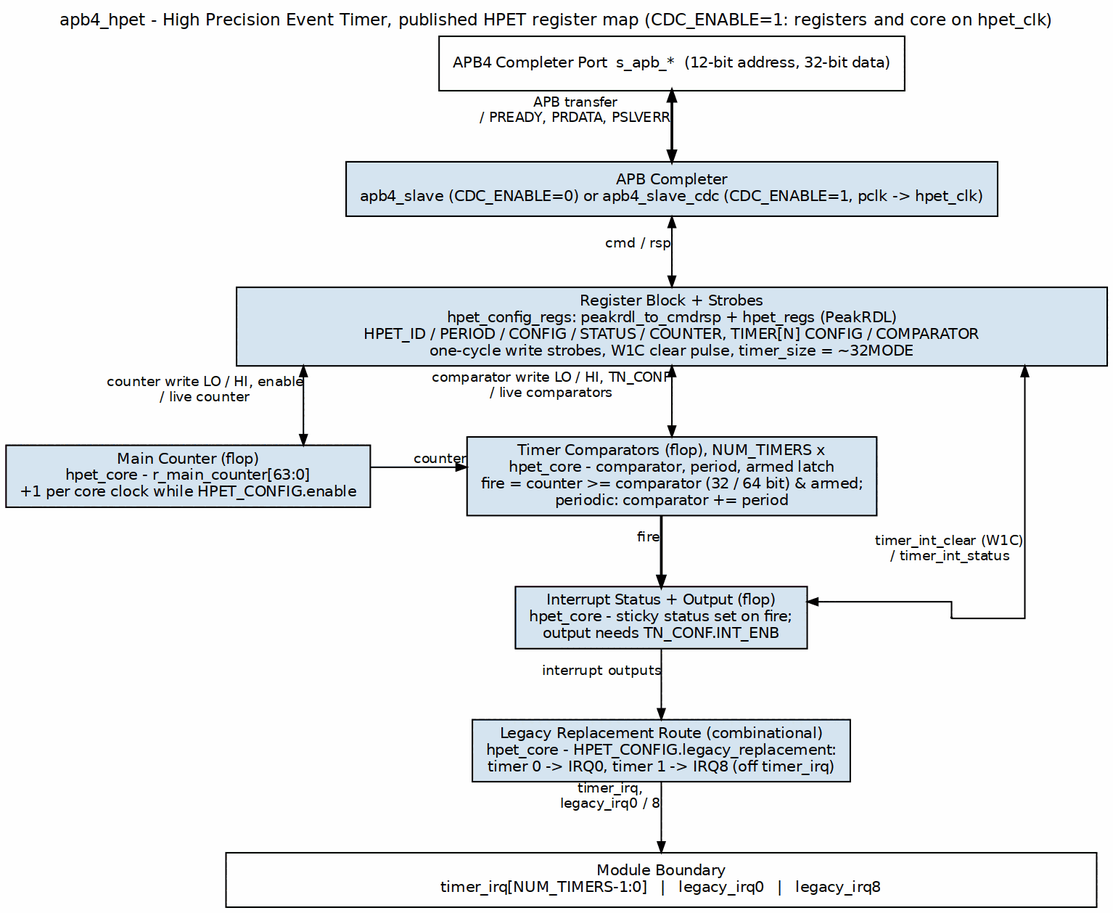
Above: projects/components/legacy-ip/retro_legacy_blocks/docs/hpet_mas/assets/graphviz/hpet_whole_unit.png in sean-galloway/RTLDesignSherpa (Graphviz), before the change. Its source is kept beside it as projects/components/legacy-ip/retro_legacy_blocks/docs/hpet_mas/assets/graphviz/hpet_whole_unit.dot. The source it was exported from:
```dot
digraph hpet_whole_unit {
    graph [rankdir=TB, bgcolor="white", fontname="Helvetica", fontsize=11,
           nodesep="0.45", ranksep="0.65", splines=ortho, newrank=true,
           label="apb4_hpet - High Precision Event Timer, published HPET register map (CDC_ENABLE=1: registers and core on hpet_clk)",
           labelloc=t, labeljust=c];
    node  [fontname="Helvetica", fontsize=10, shape=box, style=filled,
           fillcolor="#D6E4F0", color="black", margin="0.12,0.06"];
    edge  [fontname="Helvetica", fontsize=9, color="black", arrowsize=0.7];

    apb  [group=C, label="APB4 Completer Port  s_apb_*  (12-bit address, 32-bit data)", fillcolor="white"];
    slv  [group=C, label="APB Completer\napb4_slave (CDC_ENABLE=0) or apb4_slave_cdc (CDC_ENABLE=1, pclk -> hpet_clk)"];
    cfg  [group=C, label="Register Block + Strobes\nhpet_config_regs: peakrdl_to_cmdrsp + hpet_regs (PeakRDL)\nHPET_ID / PERIOD / CONFIG / STATUS / COUNTER, TIMER[N] CONFIG / COMPARATOR\none-cycle write strobes, W1C clear pulse, timer_size = ~32MODE", width=8.0];

    cnt  [group=L2, label="Main Counter (flop)\nhpet_core - r_main_counter[63:0]\n+1 per core clock while HPET_CONFIG.enable"];
    tmr  [group=R, label="Timer Comparators (flop), NUM_TIMERS x\nhpet_core - comparator, period, armed latch\nfire = counter >= comparator (32 / 64 bit) & armed;\nperiodic: comparator += period"];
    irq  [group=C, label="Interrupt Status + Output (flop)\nhpet_core - sticky status set on fire;\noutput needs TN_CONF.INT_ENB"];
    leg  [group=C, label="Legacy Replacement Route (combinational)\nhpet_core - HPET_CONFIG.legacy_replacement:\ntimer 0 -> IRQ0, timer 1 -> IRQ8 (off timer_irq)"];

    bar  [group=C, label="Module Boundary\ntimer_irq[NUM_TIMERS-1:0]   |   legacy_irq0   |   legacy_irq8", fillcolor="white", width=8.0];

    apb -> slv [dir=both, penwidth=1.8, xlabel="APB transfer\n/ PREADY, PRDATA, PSLVERR"];
    slv -> cfg [dir=both, xlabel="cmd / rsp"];

    cfg -> cnt [dir=both, xlabel="counter write LO / HI, enable\n/ live counter"];
    cfg -> tmr [dir=both, xlabel="comparator write LO / HI, TN_CONF\n/ live comparators"];
    cnt -> tmr [xlabel="counter"];
    tmr -> irq [penwidth=1.8, xlabel="fire"];
    irq -> leg [xlabel="interrupt outputs"];
    leg -> bar [xlabel="timer_irq,\nlegacy_irq0 / 8"];

    p_st [shape=point, width=0.01, group=R2];
    cfg  -> p_st [dir=back, headclip=false, xlabel="timer_int_clear (W1C)\n/ timer_int_status"];
    p_st -> irq  [tailclip=false];

    { rank=same; cnt; tmr; }
    cnt -> tmr [style=invis, minlen=2];
    { rank=same; p_st; irq; }
    irq -> p_st [style=invis, minlen=3];
    tmr -> p_st [style=invis];
}
```
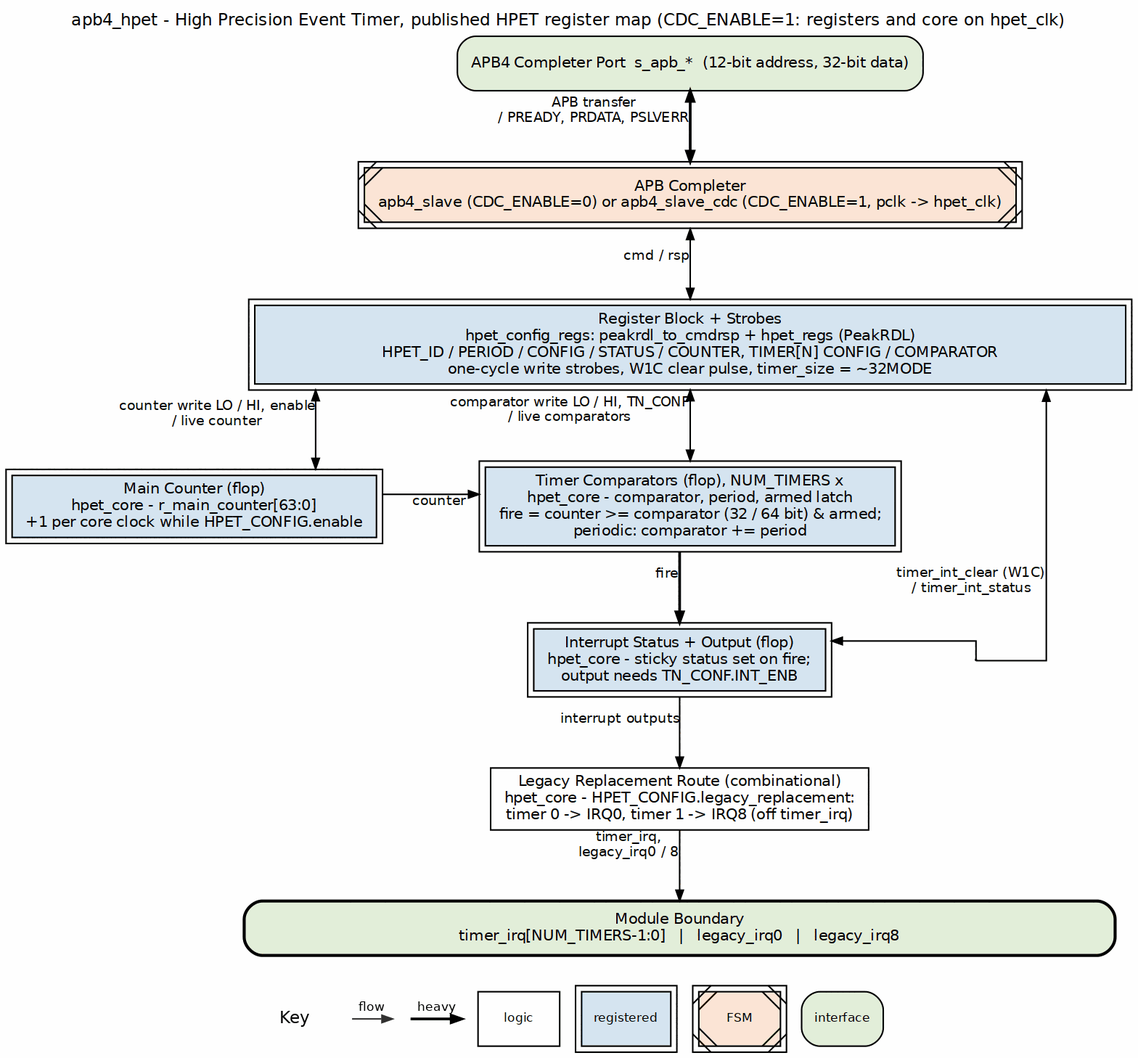
After the commit.

What changed in the source:
```diff
@@ -4,19 +4,19 @@
            label="apb4_hpet - High Precision Event Timer, published HPET register map (CDC_ENABLE=1: registers and core on hpet_clk)",
            labelloc=t, labeljust=c];
     node  [fontname="Helvetica", fontsize=10, shape=box, style=filled,
-           fillcolor="#D6E4F0", color="black", margin="0.12,0.06"];
+           fillcolor="white", color="black", margin="0.12,0.06"];
     edge  [fontname="Helvetica", fontsize=9, color="black", arrowsize=0.7];
 
-    apb  [group=C, label="APB4 Completer Port  s_apb_*  (12-bit address, 32-bit data)", fillcolor="white"];
-    slv  [group=C, label="APB Completer\napb4_slave (CDC_ENABLE=0) or apb4_slave_cdc (CDC_ENABLE=1, pclk -> hpet_clk)"];
-    cfg  [group=C, label="Register Block + Strobes\nhpet_config_regs: peakrdl_to_cmdrsp + hpet_regs (PeakRDL)\nHPET_ID / PERIOD / CONFIG / STATUS / COUNTER, TIMER[N] CONFIG / COMPARATOR\none-cycle write strobes, W1C clear pulse, timer_size = ~32MODE", width=8.0];
+    apb  [group=C, label="APB4 Completer Port  s_apb_*  (12-bit address, 32-bit data)", fillcolor="white", style="rounded,filled", fillcolor="#E2EFDA"];
+    slv  [group=C, label="APB Completer\napb4_slave (CDC_ENABLE=0) or apb4_slave_cdc (CDC_ENABLE=1, pclk -> hpet_clk)", peripheries=2, style="filled,diagonals", fillcolor="#FCE4D6"];
+    cfg  [group=C, label="Register Block + Strobes\nhpet_config_regs: peakrdl_to_cmdrsp + hpet_regs (PeakRDL)\nHPET_ID / PERIOD / CONFIG / STATUS / COUNTER, TIMER[N] CONFIG / COMPARATOR\none-cycle write strobes, W1C clear pulse, timer_size = ~32MODE", width=8.0, peripheries=2, style="filled", fillcolor="#D6E4F0"];
 
-    cnt  [group=L2, label="Main Counter (flop)\nhpet_core - r_main_counter[63:0]\n+1 per core clock while HPET_CONFIG.enable"];
-    tmr  [group=R, label="Timer Comparators (flop), NUM_TIMERS x\nhpet_core - comparator, period, armed latch\nfire = counter >= comparator (32 / 64 bit) & armed;\nperiodic: comparator += period"];
-    irq  [group=C, label="Interrupt Status + Output (flop)\nhpet_core - sticky status set on fire;\noutput needs TN_CONF.INT_ENB"];
-    leg  [group=C, label="Legacy Replacement Route (combinational)\nhpet_core - HPET_CONFIG.legacy_replacement:\ntimer 0 -> IRQ0, timer 1 -> IRQ8 (off timer_irq)"];
+    cnt  [group=L2, label="Main Counter (flop)\nhpet_core - r_main_counter[63:0]\n+1 per core clock while HPET_CONFIG.enable", peripheries=2, style="filled", fillcolor="#D6E4F0"];
+    tmr  [group=R, label="Timer Comparators (flop), NUM_TIMERS x\nhpet_core - comparator, period, armed latch\nfire = counter >= comparator (32 / 64 bit) & armed;\nperiodic: comparator += period", peripheries=2, style="filled", fillcolor="#D6E4F0"];
+    irq  [group=C, label="Interrupt Status + Output (flop)\nhpet_core - sticky status set on fire;\noutput needs TN_CONF.INT_ENB", peripheries=2, style="filled", fillcolor="#D6E4F0"];
+    leg  [group=C, label="Legacy Replacement Route (combinational)\nhpet_core - HPET_CONFIG.legacy_replacement:\ntimer 0 -> IRQ0, timer 1 -> IRQ8 (off timer_irq)", style="filled", fillcolor="white"];
 
-    bar  [group=C, label="Module Boundary\ntimer_irq[NUM_TIMERS-1:0]   |   legacy_irq0   |   legacy_irq8", fillcolor="white", width=8.0];
+    bar  [group=C, label="Module Boundary\ntimer_irq[NUM_TIMERS-1:0]   |   legacy_irq0   |   legacy_irq8", fillcolor="white", width=8.0, style="rounded,filled,bold", fillcolor="#E2EFDA"];
 
     apb -> slv [dir=both, penwidth=1.8, xlabel="APB transfer\n/ PREADY, PRDATA, PSLVERR"];
     slv -> cfg [dir=both, xlabel="cmd / rsp"];
```
